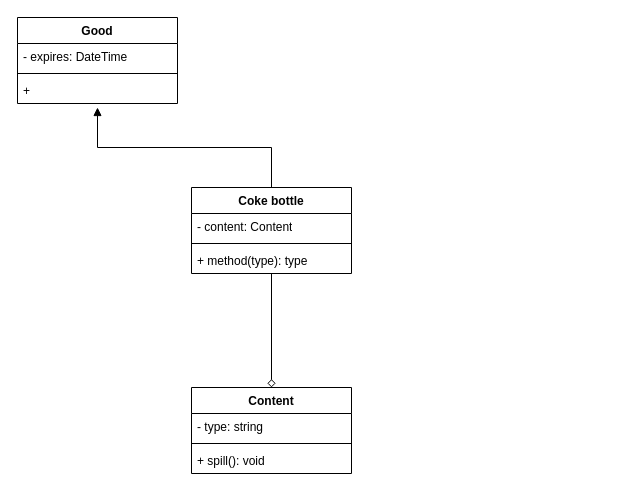
kwaadrat/UML-Diagrams keeps this draw.io diagram as Diagram UML.drawio. Above is the earlier version. Source tidied: cells renumbered, new cells numbered last; positions are measured from the earlier drawing's top-left corner, leaving out a move shared by most shapes. Both pictures are drawn from the tidied source at 100%, with x=0, y=0 at pixel (17, 17).
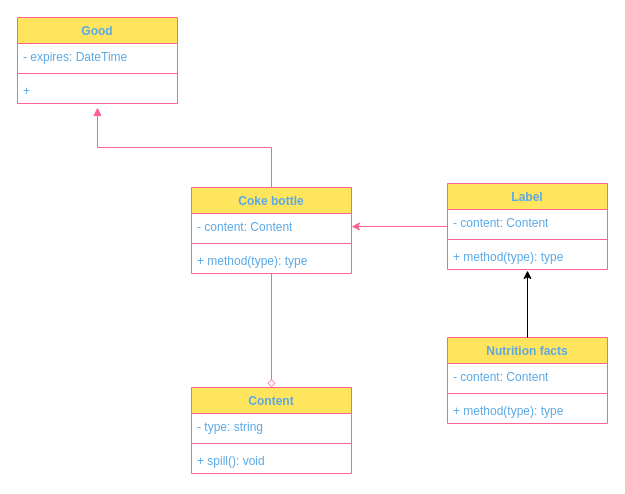
Above is the later version.

What changed in the source:
```diff
@@
-    <mxCell id="2" style="edgeStyle=orthogonalEdgeStyle;rounded=0;jettySize=auto;html=1;entryX=0.5;entryY=0;entryDx=0;entryDy=0;endArrow=diamond;endFill=0;" parent="1" edge="1" source="3" target="11">
+    <mxCell id="2" style="edgeStyle=orthogonalEdgeStyle;rounded=0;jettySize=auto;html=1;entryX=0.5;entryY=0;entryDx=0;entryDy=0;endArrow=diamond;endFill=0;labelBackgroundColor=none;strokeColor=#FF6392;fontColor=default;" parent="1" edge="1" source="3" target="11">
       <mxGeometry relative="1" as="geometry" />
     </mxCell>
-    <mxCell id="3" value="Coke bottle" style="swimlane;fontStyle=1;align=center;verticalAlign=top;horizontal=1;startSize=26;whiteSpace=wrap;html=1;" parent="1" vertex="1">
+    <mxCell id="3" value="Coke bottle" style="swimlane;fontStyle=1;align=center;verticalAlign=top;horizontal=1;startSize=26;whiteSpace=wrap;html=1;labelBackgroundColor=none;fillColor=#FFE45E;strokeColor=#FF6392;fontColor=#5AA9E6;" parent="1" vertex="1">
       <mxGeometry x="174" y="170" width="160" height="86" as="geometry" />
     </mxCell>
-    <mxCell id="4" value="- content: Content" style="text;strokeColor=none;fillColor=none;align=left;verticalAlign=top;spacingLeft=4;spacingRight=4;overflow=hidden;points=[[0,0.5],[1,0.5]];portConstraint=eastwest;whiteSpace=wrap;html=1;" parent="3" vertex="1">
+    <mxCell id="4" value="- content: Content" style="text;strokeColor=none;fillColor=none;align=left;verticalAlign=top;spacingLeft=4;spacingRight=4;overflow=hidden;points=[[0,0.5],[1,0.5]];portConstraint=eastwest;whiteSpace=wrap;html=1;labelBackgroundColor=none;fontColor=#5AA9E6;" parent="3" vertex="1">
       <mxGeometry y="26" width="160" height="26" as="geometry" />
     </mxCell>
-    <mxCell id="5" style="line;strokeWidth=1;fillColor=none;align=left;verticalAlign=middle;spacingTop=-1;spacingLeft=3;spacingRight=3;labelPosition=right;strokeColor=inherit;" parent="3" vertex="1">
+    <mxCell id="5" style="line;strokeWidth=1;fillColor=none;align=left;verticalAlign=middle;spacingTop=-1;spacingLeft=3;spacingRight=3;labelPosition=right;strokeColor=#FF6392;labelBackgroundColor=none;fontColor=#5AA9E6;" parent="3" vertex="1">
       <mxGeometry y="52" width="160" height="8" as="geometry" />
     </mxCell>
-    <mxCell id="6" value="+ method(type): type" style="text;strokeColor=none;fillColor=none;align=left;verticalAlign=top;spacingLeft=4;spacingRight=4;overflow=hidden;whiteSpace=wrap;html=1;" parent="3" vertex="1">
+    <mxCell id="6" value="+ method(type): type" style="text;strokeColor=none;fillColor=none;align=left;verticalAlign=top;spacingLeft=4;spacingRight=4;overflow=hidden;whiteSpace=wrap;html=1;labelBackgroundColor=none;fontColor=#5AA9E6;" parent="3" vertex="1">
       <mxGeometry y="60" width="160" height="26" as="geometry" />
     </mxCell>
-    <mxCell id="7" value="Good" style="swimlane;fontStyle=1;align=center;verticalAlign=top;horizontal=1;startSize=26;whiteSpace=wrap;html=1;" parent="1" vertex="1">
+    <mxCell id="7" value="Good" style="swimlane;fontStyle=1;align=center;verticalAlign=top;horizontal=1;startSize=26;whiteSpace=wrap;html=1;labelBackgroundColor=none;fillColor=#FFE45E;strokeColor=#FF6392;fontColor=#5AA9E6;" parent="1" vertex="1">
       <mxGeometry width="160" height="86" as="geometry" />
     </mxCell>
-    <mxCell id="8" value="- expires: DateTime" style="text;strokeColor=none;fillColor=none;align=left;verticalAlign=top;spacingLeft=4;spacingRight=4;overflow=hidden;whiteSpace=wrap;html=1;" parent="7" vertex="1">
+    <mxCell id="8" value="- expires: DateTime" style="text;strokeColor=none;fillColor=none;align=left;verticalAlign=top;spacingLeft=4;spacingRight=4;overflow=hidden;whiteSpace=wrap;html=1;labelBackgroundColor=none;fontColor=#5AA9E6;" parent="7" vertex="1">
       <mxGeometry y="26" width="160" height="26" as="geometry" />
     </mxCell>
-    <mxCell id="9" style="line;strokeWidth=1;fillColor=none;align=left;verticalAlign=middle;spacingTop=-1;spacingLeft=3;spacingRight=3;labelPosition=right;strokeColor=inherit;" parent="7" vertex="1">
+    <mxCell id="9" style="line;strokeWidth=1;fillColor=none;align=left;verticalAlign=middle;spacingTop=-1;spacingLeft=3;spacingRight=3;labelPosition=right;strokeColor=#FF6392;labelBackgroundColor=none;fontColor=#5AA9E6;" parent="7" vertex="1">
       <mxGeometry y="52" width="160" height="8" as="geometry" />
     </mxCell>
-    <mxCell id="10" value="+&amp;nbsp;" style="text;strokeColor=none;fillColor=none;align=left;verticalAlign=top;spacingLeft=4;spacingRight=4;overflow=hidden;points=[[0,0.5],[1,0.5]];portConstraint=eastwest;whiteSpace=wrap;html=1;" parent="7" vertex="1">
+    <mxCell id="10" value="+&amp;nbsp;" style="text;strokeColor=none;fillColor=none;align=left;verticalAlign=top;spacingLeft=4;spacingRight=4;overflow=hidden;points=[[0,0.5],[1,0.5]];portConstraint=eastwest;whiteSpace=wrap;html=1;labelBackgroundColor=none;fontColor=#5AA9E6;" parent="7" vertex="1">
       <mxGeometry y="60" width="160" height="26" as="geometry" />
     </mxCell>
-    <mxCell id="11" value="Content" style="swimlane;fontStyle=1;align=center;verticalAlign=top;horizontal=1;startSize=26;whiteSpace=wrap;html=1;" parent="1" vertex="1">
+    <mxCell id="11" value="Content" style="swimlane;fontStyle=1;align=center;verticalAlign=top;horizontal=1;startSize=26;whiteSpace=wrap;html=1;labelBackgroundColor=none;fillColor=#FFE45E;strokeColor=#FF6392;fontColor=#5AA9E6;" parent="1" vertex="1">
       <mxGeometry x="174" y="370" width="160" height="86" as="geometry" />
     </mxCell>
-    <mxCell id="12" value="- type: string" style="text;strokeColor=none;fillColor=none;align=left;verticalAlign=top;spacingLeft=4;spacingRight=4;overflow=hidden;whiteSpace=wrap;html=1;" parent="11" vertex="1">
+    <mxCell id="12" value="- type: string" style="text;strokeColor=none;fillColor=none;align=left;verticalAlign=top;spacingLeft=4;spacingRight=4;overflow=hidden;whiteSpace=wrap;html=1;labelBackgroundColor=none;fontColor=#5AA9E6;" parent="11" vertex="1">
       <mxGeometry y="26" width="160" height="26" as="geometry" />
     </mxCell>
-    <mxCell id="13" style="line;strokeWidth=1;fillColor=none;align=left;verticalAlign=middle;spacingTop=-1;spacingLeft=3;spacingRight=3;labelPosition=right;strokeColor=inherit;" parent="11" vertex="1">
+    <mxCell id="13" style="line;strokeWidth=1;fillColor=none;align=left;verticalAlign=middle;spacingTop=-1;spacingLeft=3;spacingRight=3;labelPosition=right;strokeColor=#FF6392;labelBackgroundColor=none;fontColor=#5AA9E6;" parent="11" vertex="1">
       <mxGeometry y="52" width="160" height="8" as="geometry" />
     </mxCell>
-    <mxCell id="14" value="+ spill(): void" style="text;strokeColor=none;fillColor=none;align=left;verticalAlign=top;spacingLeft=4;spacingRight=4;overflow=hidden;whiteSpace=wrap;html=1;" parent="11" vertex="1">
+    <mxCell id="14" value="+ spill(): void" style="text;strokeColor=none;fillColor=none;align=left;verticalAlign=top;spacingLeft=4;spacingRight=4;overflow=hidden;whiteSpace=wrap;html=1;labelBackgroundColor=none;fontColor=#5AA9E6;" parent="11" vertex="1">
       <mxGeometry y="60" width="160" height="26" as="geometry" />
     </mxCell>
-    <mxCell id="15" style="html=1;verticalAlign=bottom;endArrow=block;curved=0;rounded=0;entryX=0.5;entryY=1.154;entryDx=0;entryDy=0;entryPerimeter=0;exitX=0.5;exitY=0;exitDx=0;exitDy=0;align=center;labelBorderColor=none;labelBackgroundColor=default;" parent="1" edge="1" source="3" target="10">
+    <mxCell id="15" style="html=1;verticalAlign=bottom;endArrow=block;curved=0;rounded=0;entryX=0.5;entryY=1.154;entryDx=0;entryDy=0;entryPerimeter=0;exitX=0.5;exitY=0;exitDx=0;exitDy=0;align=center;labelBorderColor=none;labelBackgroundColor=none;strokeColor=#FF6392;fontColor=default;" parent="1" edge="1" source="3" target="10">
       <mxGeometry relative="1" as="geometry">
         <Array as="points">
           <mxPoint x="254" y="130" />
           <mxPoint x="80" y="130" />
         </Array>
       </mxGeometry>
     </mxCell>
+    <mxCell id="16" style="edgeStyle=orthogonalEdgeStyle;rounded=0;jettySize=auto;html=1;entryX=1;entryY=0.5;entryDx=0;entryDy=0;labelBackgroundColor=none;strokeColor=#FF6392;fontColor=default;" parent="1" edge="1" source="17" target="4">
+      <mxGeometry relative="1" as="geometry" />
+    </mxCell>
+    <mxCell id="17" value="Label" style="swimlane;fontStyle=1;align=center;verticalAlign=top;horizontal=1;startSize=26;whiteSpace=wrap;html=1;labelBackgroundColor=none;fillColor=#FFE45E;strokeColor=#FF6392;fontColor=#5AA9E6;" parent="1" vertex="1">
+      <mxGeometry x="430" y="166" width="160" height="86" as="geometry" />
+    </mxCell>
+    <mxCell id="18" value="- content: Content" style="text;strokeColor=none;fillColor=none;align=left;verticalAlign=top;spacingLeft=4;spacingRight=4;overflow=hidden;whiteSpace=wrap;html=1;labelBackgroundColor=none;fontColor=#5AA9E6;" parent="17" vertex="1">
+      <mxGeometry y="26" width="160" height="26" as="geometry" />
+    </mxCell>
+    <mxCell id="19" style="line;strokeWidth=1;fillColor=none;align=left;verticalAlign=middle;spacingTop=-1;spacingLeft=3;spacingRight=3;labelPosition=right;strokeColor=#FF6392;labelBackgroundColor=none;fontColor=#5AA9E6;" parent="17" vertex="1">
+      <mxGeometry y="52" width="160" height="8" as="geometry" />
+    </mxCell>
+    <mxCell id="20" value="+ method(type): type" style="text;strokeColor=none;fillColor=none;align=left;verticalAlign=top;spacingLeft=4;spacingRight=4;overflow=hidden;points=[[0,0.5],[1,0.5]];portConstraint=eastwest;whiteSpace=wrap;html=1;labelBackgroundColor=none;fontColor=#5AA9E6;" parent="17" vertex="1">
+      <mxGeometry y="60" width="160" height="26" as="geometry" />
+    </mxCell>
+    <mxCell id="21" value="Nutrition facts" style="swimlane;fontStyle=1;align=center;verticalAlign=top;horizontal=1;startSize=26;whiteSpace=wrap;html=1;labelBackgroundColor=none;fillColor=#FFE45E;strokeColor=#FF6392;fontColor=#5AA9E6;" parent="1" vertex="1">
+      <mxGeometry x="430" y="320" width="160" height="86" as="geometry" />
+    </mxCell>
+    <mxCell id="22" value="- content: Content" style="text;strokeColor=none;fillColor=none;align=left;verticalAlign=top;spacingLeft=4;spacingRight=4;overflow=hidden;whiteSpace=wrap;html=1;labelBackgroundColor=none;fontColor=#5AA9E6;" parent="21" vertex="1">
+      <mxGeometry y="26" width="160" height="26" as="geometry" />
+    </mxCell>
+    <mxCell id="23" style="line;strokeWidth=1;fillColor=none;align=left;verticalAlign=middle;spacingTop=-1;spacingLeft=3;spacingRight=3;labelPosition=right;strokeColor=#FF6392;labelBackgroundColor=none;fontColor=#5AA9E6;" parent="21" vertex="1">
+      <mxGeometry y="52" width="160" height="8" as="geometry" />
+    </mxCell>
+    <mxCell id="24" value="+ method(type): type" style="text;strokeColor=none;fillColor=none;align=left;verticalAlign=top;spacingLeft=4;spacingRight=4;overflow=hidden;whiteSpace=wrap;html=1;labelBackgroundColor=none;fontColor=#5AA9E6;" parent="21" vertex="1">
+      <mxGeometry y="60" width="160" height="26" as="geometry" />
+    </mxCell>
+    <mxCell id="25" style="edgeStyle=orthogonalEdgeStyle;rounded=0;jettySize=auto;html=1;entryX=0.5;entryY=1.038;entryDx=0;entryDy=0;entryPerimeter=0;" parent="1" edge="1" source="21" target="20">
+      <mxGeometry relative="1" as="geometry" />
+    </mxCell>
```
